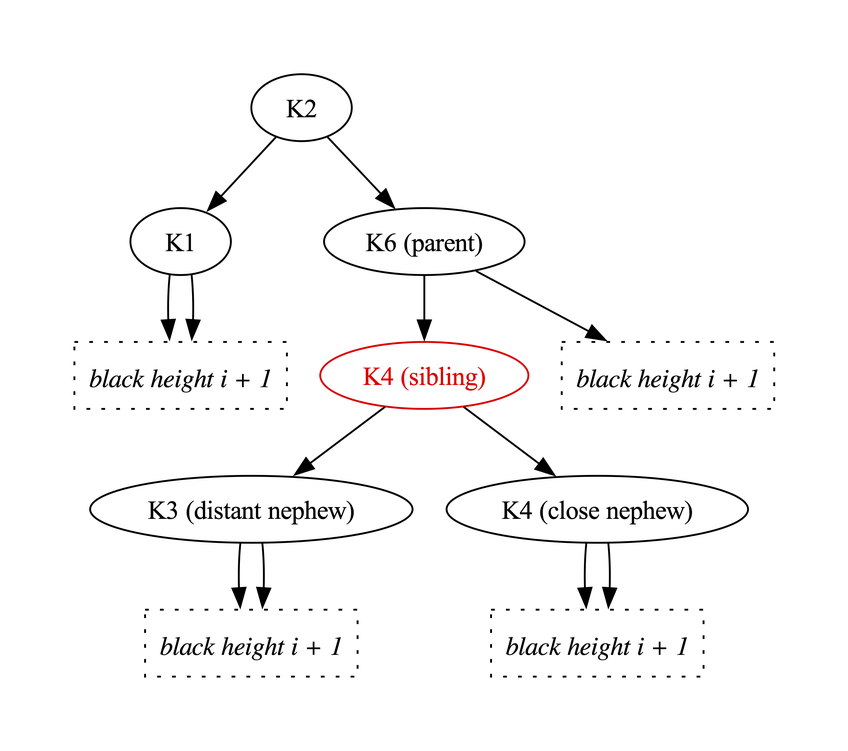
Before: Fw/DataStructures/docs/diagrams/removeBlackLeafNode/red-sibling-7.png, a diagram exported from Graphviz (nasa/fprime). Its source is kept beside it as Fw/DataStructures/docs/diagrams/removeBlackLeafNode/red-sibling-7.dot.
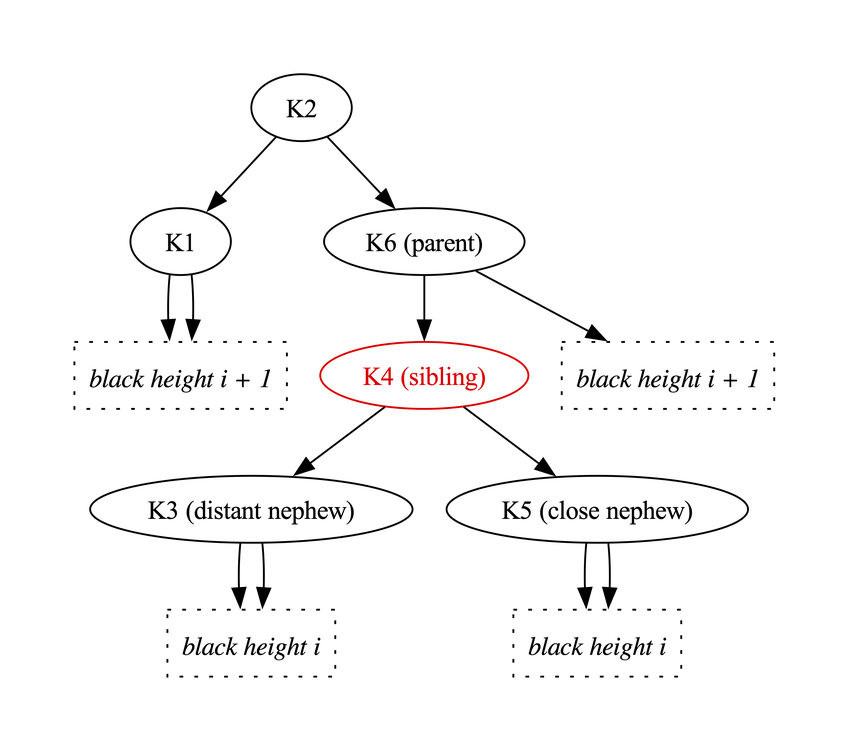
The same diagram one commit later.

Commit message:
Revise RedBlackTree impl

The edit, as a diff of the source:
```diff
@@ -21,13 +21,13 @@
   K2 [label="K2"]
   K3 [label="K3 (distant nephew)"]
   K4 [label="K4 (sibling)",color="red",fontcolor="red"]
-  K5 [label="K4 (close nephew)"]
+  K5 [label="K5 (close nephew)"]
   K6 [label="K6 (parent)"]
 
   BH1 [shape="box",label="black height i + 1",style="dotted",fontname="Italic"]
-  BH2 [shape="box",label="black height i + 1",style="dotted",fontname="Italic"]
+  BH2 [shape="box",label="black height i",style="dotted",fontname="Italic"]
   BH3 [shape="box",label="black height i + 1",style="dotted",fontname="Italic"]
-  BH4 [shape="box",label="black height i + 1",style="dotted",fontname="Italic"]
+  BH4 [shape="box",label="black height i",style="dotted",fontname="Italic"]
 
 
 }
```
